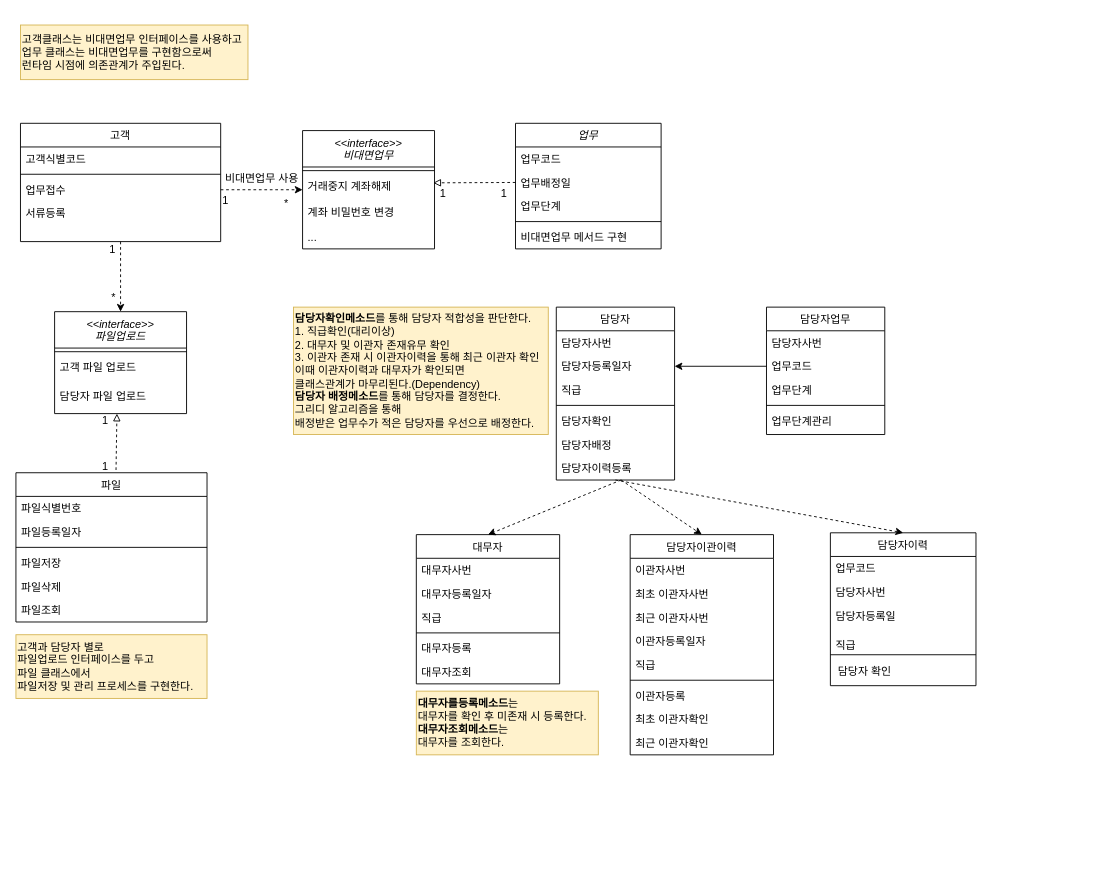
Above: 클래스다이어그램.drawio in corrvax/toby (draw.io), before the change. Source tidied: cells renumbered, new cells numbered last; positions are measured from the earlier drawing's top-left corner, leaving out a move shared by most shapes. Both pictures are drawn from the tidied source at 91%, with x=0, y=0 at pixel (15, 25).
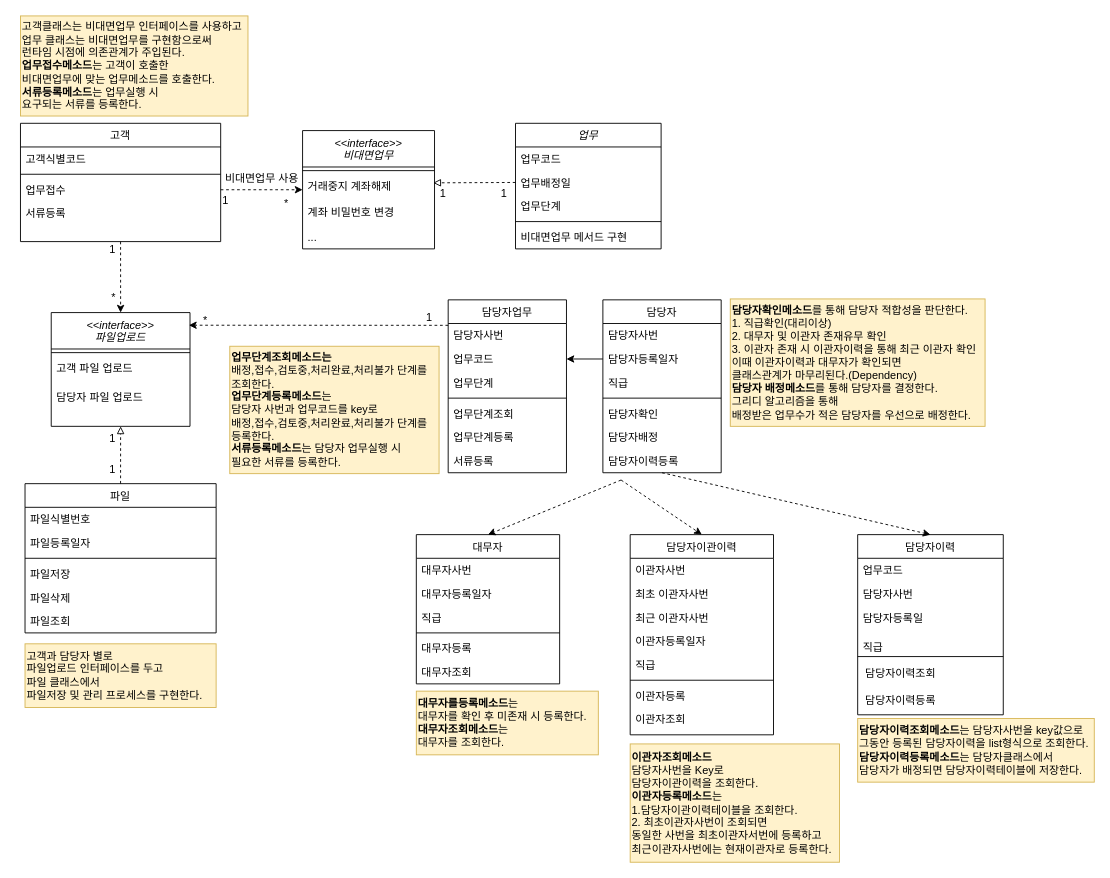
After the change.

Commit message:
클래스다이어그램.drawio 업데이트

Unchanged cells that the change refers to:
```xml
<mxCell id="29" value="담당자등록일자" style="text;align=left;verticalAlign=top;spacingLeft=4;spacingRight=4;overflow=hidden;points=[[0,0.5],[1,0.5]];portConstraint=eastwest;rounded=0;shadow=0;html=0;" parent="27" vertex="1">
  <mxGeometry y="52" width="130" height="26" as="geometry" />
</mxCell>
<mxCell id="44" value="업무코드" style="text;align=left;verticalAlign=top;spacingLeft=4;spacingRight=4;overflow=hidden;points=[[0,0.5],[1,0.5]];portConstraint=eastwest;rounded=0;shadow=0;html=0;" parent="42" vertex="1">
  <mxGeometry y="52" width="130" height="26" as="geometry" />
</mxCell>
```

The edit, as a diff of the source:
```diff
@@
     <mxCell id="8" value="파일" style="swimlane;fontStyle=0;align=center;verticalAlign=top;horizontal=1;startSize=26;rounded=0;shadow=0;strokeWidth=1;" parent="1" vertex="1">
-      <mxGeometry y="492" width="210" height="164" as="geometry" />
+      <mxGeometry x="10" y="504" width="210" height="164" as="geometry" />
     </mxCell>
@@
     <mxCell id="15" value="담당자이력" style="swimlane;fontStyle=0;align=center;verticalAlign=top;horizontal=1;startSize=26;rounded=0;shadow=0;strokeWidth=1;" parent="1" vertex="1">
-      <mxGeometry x="895" y="558" width="160" height="168" as="geometry" />
+      <mxGeometry x="925" y="560" width="160" height="198" as="geometry" />
     </mxCell>
@@
-    <mxCell id="21" value="&amp;nbsp; 담당자 확인" style="text;html=1;align=left;verticalAlign=middle;strokeColor=none;fillColor=none;" parent="15" vertex="1">
+    <mxCell id="21" value="&amp;nbsp; 담당자이력조회" style="text;html=1;align=left;verticalAlign=middle;strokeColor=none;fillColor=none;" parent="15" vertex="1">
       <mxGeometry y="138" width="160" height="30" as="geometry" />
     </mxCell>
+    <mxCell id="86" value="&amp;nbsp; 담당자이력등록" style="text;html=1;align=left;verticalAlign=middle;strokeColor=none;fillColor=none;" parent="15" vertex="1">
+      <mxGeometry y="168" width="160" height="30" as="geometry" />
+    </mxCell>
@@
     <mxCell id="27" value="담당자" style="swimlane;fontStyle=0;align=center;verticalAlign=top;horizontal=1;startSize=26;rounded=0;shadow=0;strokeWidth=1;" parent="1" vertex="1">
-      <mxGeometry x="593.8" y="310" width="130" height="190" as="geometry" />
+      <mxGeometry x="645" y="302" width="130" height="190" as="geometry" />
     </mxCell>
@@
     <mxCell id="42" value="담당자업무" style="swimlane;fontStyle=0;align=center;verticalAlign=top;horizontal=1;startSize=26;rounded=0;shadow=0;strokeWidth=1;" parent="1" vertex="1">
-      <mxGeometry x="824.8" y="310" width="130" height="140" as="geometry" />
+      <mxGeometry x="475" y="302" width="130" height="190" as="geometry" />
     </mxCell>
@@
+    <mxCell id="87" value="업무단계조회" style="text;align=left;verticalAlign=top;spacingLeft=4;spacingRight=4;overflow=hidden;fontStyle=0;" parent="42" vertex="1">
+      <mxGeometry y="112" width="130" height="26" as="geometry" />
+    </mxCell>
+    <mxCell id="88" value="업무단계등록" style="text;align=left;verticalAlign=top;spacingLeft=4;spacingRight=4;overflow=hidden;fontStyle=0;" parent="42" vertex="1">
+      <mxGeometry y="138" width="130" height="26" as="geometry" />
+    </mxCell>
-    <mxCell id="47" value="업무단계관리" style="text;align=left;verticalAlign=top;spacingLeft=4;spacingRight=4;overflow=hidden;fontStyle=0;" parent="42" vertex="1">
-      <mxGeometry y="112" width="130" height="26" as="geometry" />
+    <mxCell id="47" value="서류등록" style="text;align=left;verticalAlign=top;spacingLeft=4;spacingRight=4;overflow=hidden;fontStyle=0;" parent="42" vertex="1">
+      <mxGeometry y="164" width="130" height="26" as="geometry" />
     </mxCell>
@@
     <mxCell id="50" value="&lt;b&gt;담당자확인메소드&lt;/b&gt;를 통해 담당자 적합성을 판단한다.&lt;br&gt;1. 직급확인(대리이상)&lt;br&gt;2. 대무자 및 이관자 존재유무 확인&lt;br&gt;3. 이관자 존재 시 이관자이력을 통해 최근 이관자 확인&lt;br&gt;이때 이관자이력과 대무자가 확인되면 &lt;br&gt;클래스관계가 마무리된다.(Dependency)&lt;br&gt;&lt;b&gt;담당자 배정메소드&lt;/b&gt;를 통해 담당자를 결정한다.&lt;br&gt;그리디 알고리즘을 통해 &lt;br&gt;배정받은 업무수가 적은 담당자를 우선으로 배정한다." style="text;html=1;align=left;verticalAlign=middle;strokeColor=#d6b656;fillColor=#fff2cc;" parent="1" vertex="1">
-      <mxGeometry x="305" y="310" width="280" height="140" as="geometry" />
+      <mxGeometry x="785" y="301" width="280" height="140" as="geometry" />
     </mxCell>
@@
-    <mxCell id="57" value="고객클래스는 비대면업무 인터페이스를 사용하고&lt;br&gt;업무 클래스는 비대면업무를 구현함으로써&lt;br&gt;런타임 시점에 의존관계가 주입된다.&lt;br&gt;" style="text;html=1;align=left;verticalAlign=middle;strokeColor=#d6b656;fillColor=#fff2cc;" parent="1" vertex="1">
-      <mxGeometry x="5" width="250" height="60" as="geometry" />
+    <mxCell id="57" value="고객클래스는 비대면업무 인터페이스를 사용하고&lt;br&gt;업무 클래스는 비대면업무를 구현함으로써&lt;br&gt;런타임 시점에 의존관계가 주입된다.&lt;br&gt;&lt;b&gt;업무접수메소드&lt;/b&gt;는 고객이 호출한 &lt;br&gt;비대면업무에 맞는 업무메소드를 호출한다.&lt;br&gt;&lt;b&gt;서류등록메소드&lt;/b&gt;는 업무실행 시&amp;nbsp;&lt;br&gt;요구되는 서류를 등록한다." style="text;html=1;align=left;verticalAlign=middle;strokeColor=#d6b656;fillColor=#fff2cc;" parent="1" vertex="1">
+      <mxGeometry x="5" y="-10" width="250" height="110" as="geometry" />
     </mxCell>
@@
     <mxCell id="62" value="&lt;&lt;interface&gt;&gt;&#10;파일업로드" style="swimlane;fontStyle=2;align=center;verticalAlign=top;horizontal=1;startSize=40;rounded=0;shadow=0;strokeWidth=1;" parent="1" vertex="1">
-      <mxGeometry x="42.5" y="315" width="145" height="112" as="geometry" />
+      <mxGeometry x="38.8" y="316" width="152.5" height="125" as="geometry" />
     </mxCell>
     <mxCell id="63" style="line;html=1;strokeWidth=1;align=left;verticalAlign=middle;spacingTop=-1;spacingLeft=3;spacingRight=3;labelPosition=right;" parent="62" vertex="1">
-      <mxGeometry y="40" width="145" height="8" as="geometry" />
+      <mxGeometry y="40" width="152.5" height="8" as="geometry" />
     </mxCell>
     <mxCell id="64" value="고객 파일 업로드" style="text;align=left;verticalAlign=top;spacingLeft=4;spacingRight=4;overflow=hidden;" parent="62" vertex="1">
-      <mxGeometry y="48" width="145" height="32" as="geometry" />
+      <mxGeometry y="48" width="152.5" height="32" as="geometry" />
     </mxCell>
     <mxCell id="65" value="담당자 파일 업로드" style="text;align=left;verticalAlign=top;spacingLeft=4;spacingRight=4;overflow=hidden;" parent="62" vertex="1">
-      <mxGeometry y="80" width="145" height="32" as="geometry" />
+      <mxGeometry y="80" width="152.5" height="30" as="geometry" />
     </mxCell>
@@
-    <mxCell id="69" style="rounded=0;orthogonalLoop=1;jettySize=auto;html=1;endArrow=block;endFill=0;dashed=1;exitX=0.379;exitY=0.007;exitDx=0;exitDy=0;exitPerimeter=0;" parent="1" edge="1">
-      <mxGeometry relative="1" as="geometry">
-        <mxPoint x="110" y="489" as="sourcePoint" />
-        <mxPoint x="111" y="427" as="targetPoint" />
-      </mxGeometry>
+    <mxCell id="69" style="rounded=0;jettySize=auto;html=1;endArrow=block;endFill=0;dashed=1;exitX=0.5;exitY=0;exitDx=0;exitDy=0;entryX=0.5;entryY=1;entryDx=0;entryDy=0;" parent="1" edge="1" source="8" target="62">
+      <mxGeometry relative="1" as="geometry" />
     </mxCell>
     <mxCell id="70" value="1" style="text;html=1;align=center;verticalAlign=middle;strokeColor=none;fillColor=none;" parent="1" vertex="1">
-      <mxGeometry x="83" y="420" width="30" height="30" as="geometry" />
+      <mxGeometry x="91" y="440" width="30" height="30" as="geometry" />
     </mxCell>
     <mxCell id="71" value="1" style="text;html=1;align=center;verticalAlign=middle;strokeColor=none;fillColor=none;" parent="1" vertex="1">
-      <mxGeometry x="83" y="470" width="30" height="30" as="geometry" />
+      <mxGeometry x="91" y="474" width="30" height="30" as="geometry" />
     </mxCell>
-    <mxCell id="72" style="rounded=0;jettySize=auto;html=1;exitX=0;exitY=0.5;exitDx=0;exitDy=0;entryX=1;entryY=0.5;entryDx=0;entryDy=0;" parent="1" edge="1" source="44" target="29">
-      <mxGeometry relative="1" as="geometry" />
-    </mxCell>
     <mxCell id="73" value="고객과 담당자 별로&lt;br&gt;파일업로드 인터페이스를 두고&lt;br&gt;파일 클래스에서 &lt;br&gt;파일저장 및 관리 프로세스를 구현한다." style="text;html=1;align=left;verticalAlign=middle;strokeColor=#d6b656;fillColor=#fff2cc;" parent="1" vertex="1">
-      <mxGeometry y="670" width="210" height="70" as="geometry" />
+      <mxGeometry x="10" y="680" width="210" height="70" as="geometry" />
     </mxCell>
     <mxCell id="74" value="담당자이관이력" style="swimlane;fontStyle=0;align=center;verticalAlign=top;horizontal=1;startSize=26;rounded=0;shadow=0;strokeWidth=1;" parent="1" vertex="1">
-      <mxGeometry x="675" y="560" width="157.5" height="242" as="geometry" />
+      <mxGeometry x="675" y="560" width="157.5" height="220" as="geometry" />
     </mxCell>
@@
-    <mxCell id="82" value="최초 이관자확인" style="text;align=left;verticalAlign=top;spacingLeft=4;spacingRight=4;overflow=hidden;" parent="74" vertex="1">
+    <mxCell id="82" value="이관자조회" style="text;align=left;verticalAlign=top;spacingLeft=4;spacingRight=4;overflow=hidden;" parent="74" vertex="1">
       <mxGeometry y="190" width="157.5" height="26" as="geometry" />
     </mxCell>
-    <mxCell id="83" value="최근 이관자확인" style="text;align=left;verticalAlign=top;spacingLeft=4;spacingRight=4;overflow=hidden;" parent="74" vertex="1">
-      <mxGeometry y="216" width="157.5" height="26" as="geometry" />
-    </mxCell>
@@
+    <mxCell id="89" value="&lt;b&gt;담당자이력조회메소드&lt;/b&gt;는 담당자사번을 key값으로&lt;br&gt;그동안 등록된 담당자이력을 list형식으로 조회한다.&lt;b&gt;&lt;br&gt;담당자이력등록메소드&lt;/b&gt;는 담당자클래스에서&lt;br&gt;담당자가 배정되면 담당자이력테이블에 저장한다.&amp;nbsp;" style="text;html=1;align=left;verticalAlign=middle;strokeColor=#d6b656;fillColor=#fff2cc;" parent="1" vertex="1">
+      <mxGeometry x="925" y="762" width="260" height="70" as="geometry" />
+    </mxCell>
+    <mxCell id="90" value="&lt;b&gt;이관자조회메소드&lt;/b&gt;&lt;br&gt;담당자사번을 Key로 &lt;br&gt;담당자이관이력을 조회한다.&lt;br&gt;&lt;b&gt;이관자등록메소드&lt;/b&gt;는&lt;br&gt;1.담당자이관이력테이블을 조회한다.&lt;br&gt;2. 최초이관자사번이 조회되면&amp;nbsp;&lt;br&gt;동일한 사번을 최초이관자서번에 등록하고&lt;br&gt;최근이관자사번에는 현재이관자로 등록한다." style="text;html=1;align=left;verticalAlign=middle;strokeColor=#d6b656;fillColor=#fff2cc;" parent="1" vertex="1">
+      <mxGeometry x="675" y="790" width="230" height="130" as="geometry" />
+    </mxCell>
+    <mxCell id="91" value="&lt;b&gt;업무단계조회메소드는&lt;br&gt;&lt;/b&gt;배정,접수,검토중,처리완료,처리불가 단계를&lt;br&gt;조회한다.&lt;br&gt;&lt;b&gt;업무단계등록메소드&lt;/b&gt;는&amp;nbsp;&lt;br&gt;담당자 사번과 업무코드를 key로 &lt;br&gt;배정,접수,검토중,처리완료,처리불가 단계를&lt;br&gt;등록한다.&lt;br&gt;&lt;b&gt;서류등록메소드&lt;/b&gt;는 담당자 업무실행 시&lt;br&gt;필요한 서류를 등록한다." style="text;html=1;align=left;verticalAlign=middle;strokeColor=#d6b656;fillColor=#fff2cc;" parent="1" vertex="1">
+      <mxGeometry x="235" y="353" width="230" height="140" as="geometry" />
+    </mxCell>
+    <mxCell id="72" style="rounded=0;jettySize=auto;html=1;entryX=1;entryY=0.5;entryDx=0;entryDy=0;exitX=0;exitY=0.5;exitDx=0;exitDy=0;" parent="1" edge="1" source="29" target="44">
+      <mxGeometry relative="1" as="geometry" />
+    </mxCell>
+    <mxCell id="92" style="rounded=0;jettySize=auto;html=1;exitX=0;exitY=0.5;exitDx=0;exitDy=0;dashed=1;entryX=0.992;entryY=0.111;entryDx=0;entryDy=0;entryPerimeter=0;" parent="1" edge="1" target="62">
+      <mxGeometry relative="1" as="geometry">
+        <mxPoint x="475" y="330" as="sourcePoint" />
+      </mxGeometry>
+    </mxCell>
+    <mxCell id="93" value="1" style="text;html=1;align=center;verticalAlign=middle;strokeColor=none;fillColor=none;" parent="1" vertex="1">
+      <mxGeometry x="439" y="307" width="30" height="30" as="geometry" />
+    </mxCell>
+    <mxCell id="94" value="*" style="text;html=1;align=center;verticalAlign=middle;strokeColor=none;fillColor=none;" parent="1" vertex="1">
+      <mxGeometry x="193" y="310" width="30" height="30" as="geometry" />
+    </mxCell>
```
